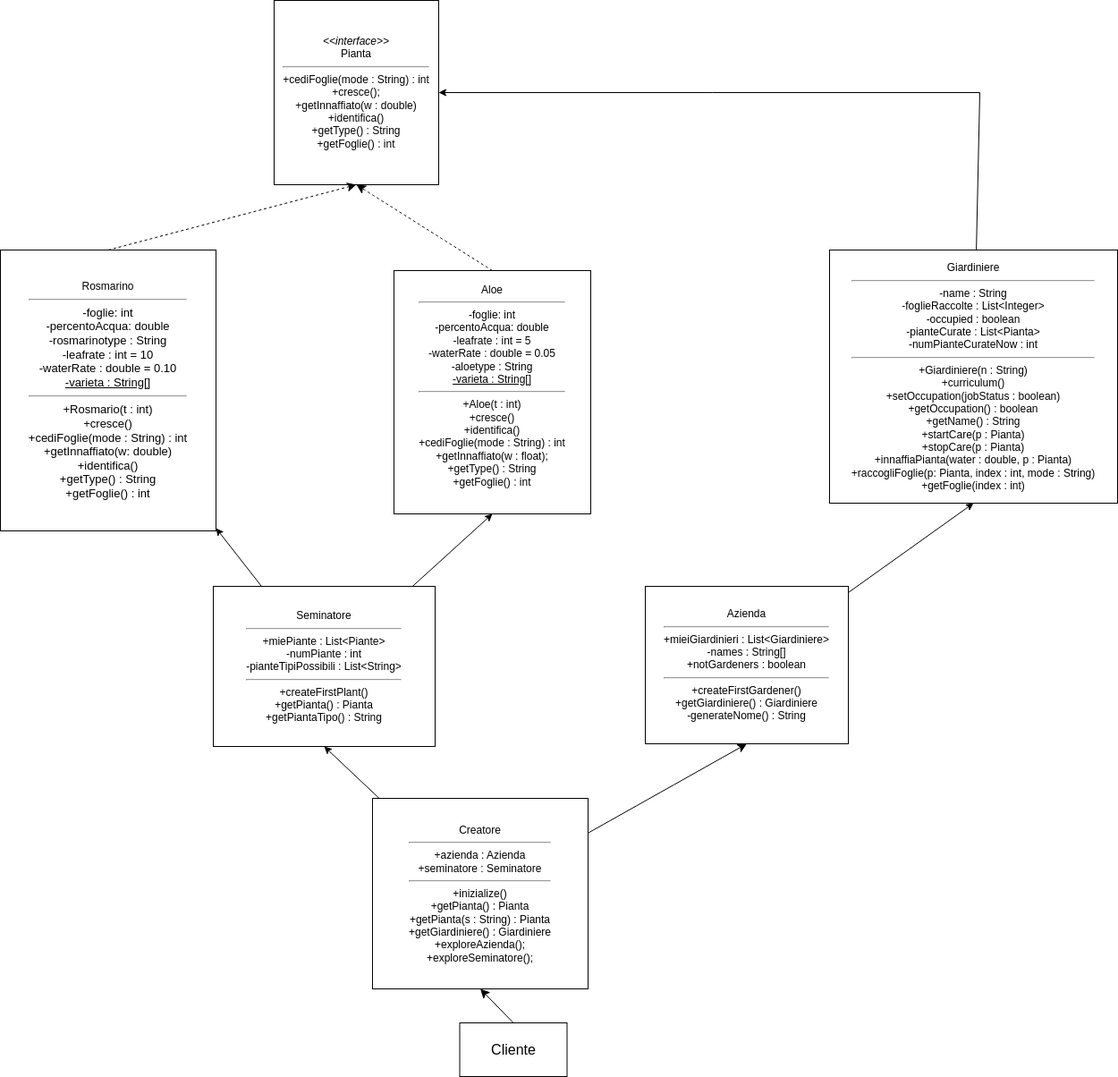
belligerentcrow/newProj keeps this draw.io diagram as ProjectGarden/plantScheme.drawio.png. Above is the earlier version. Source tidied: cells renumbered, new cells last; positions are measured from the earlier drawing's top-left corner, leaving out a move shared by most shapes.
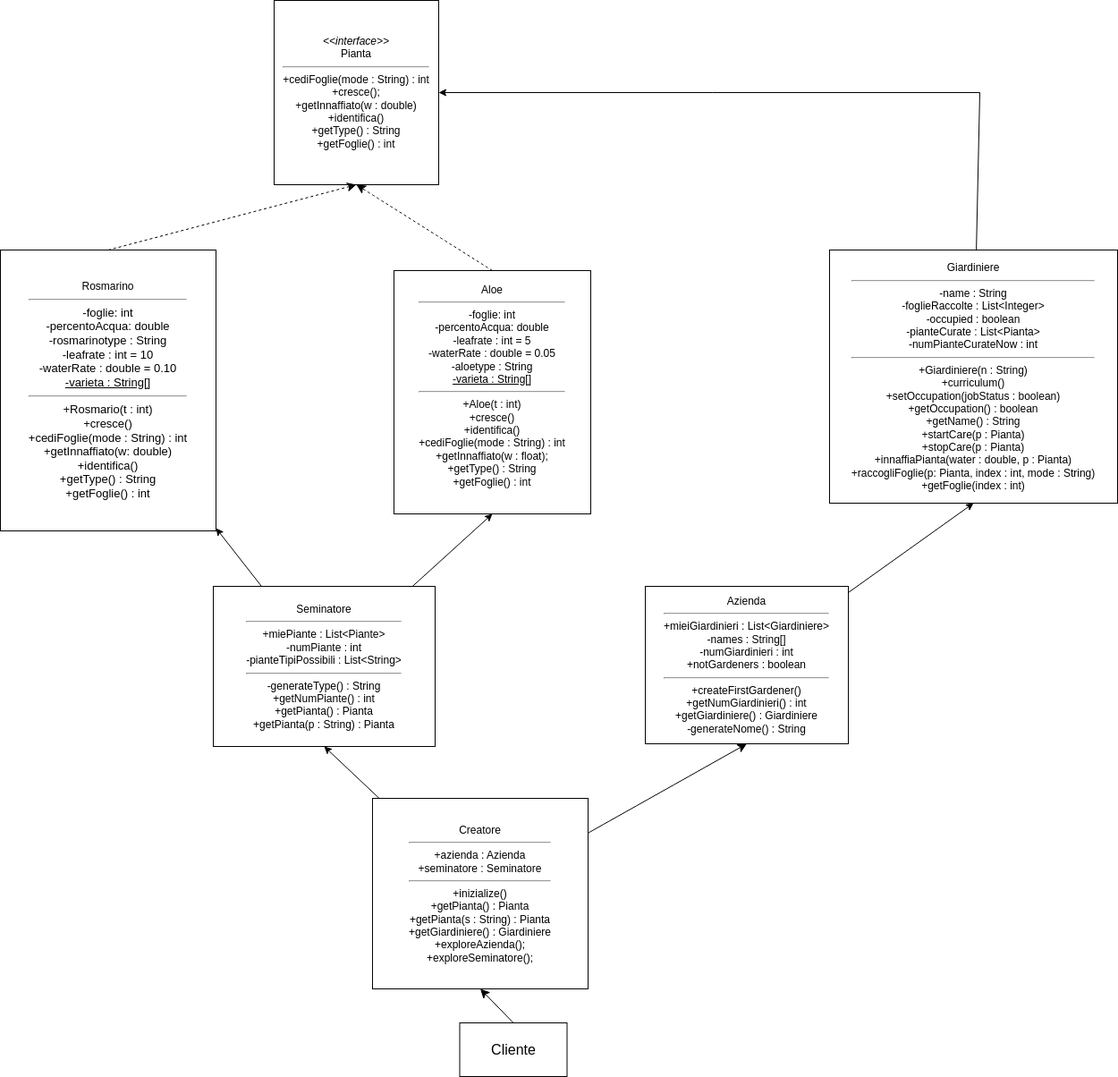
Above is the later version.

Commit message:
added getter + fixed UML

The edit, as a diff of the source:
```diff
@@ -35,7 +35,7 @@
     <mxCell id="12" style="edgeStyle=none;html=1;entryX=0.5;entryY=1;entryDx=0;entryDy=0;" parent="1" edge="1" source="13" target="15">
       <mxGeometry relative="1" as="geometry" />
     </mxCell>
-    <mxCell id="13" value="&lt;div&gt;&lt;/div&gt;&lt;div&gt;Azienda&lt;/div&gt;&lt;div&gt;&lt;hr&gt;+mieiGiardinieri : List&amp;lt;Giardiniere&amp;gt;&lt;/div&gt;&lt;div&gt;-names : String[]&lt;/div&gt;&lt;div&gt;+notGardeners : boolean&lt;/div&gt;&lt;div&gt;&lt;hr&gt;+createFirstGardener()&lt;/div&gt;&lt;div&gt;+getGiardiniere() : Giardiniere&lt;/div&gt;&lt;div&gt;-generateNome() : String&lt;/div&gt;" style="rounded=0;whiteSpace=wrap;html=1;" parent="1" vertex="1">
+    <mxCell id="13" value="&lt;div&gt;&lt;/div&gt;&lt;div&gt;Azienda&lt;/div&gt;&lt;div&gt;&lt;hr&gt;+mieiGiardinieri : List&amp;lt;Giardiniere&amp;gt;&lt;/div&gt;&lt;div&gt;-names : String[]&lt;/div&gt;&lt;div&gt;-numGiardinieri : int&lt;/div&gt;&lt;div&gt;+notGardeners : boolean&lt;/div&gt;&lt;div&gt;&lt;hr&gt;+createFirstGardener()&lt;/div&gt;&lt;div&gt;+getNumGiardinieri() : int&lt;/div&gt;&lt;div&gt;+getGiardiniere() : Giardiniere&lt;/div&gt;&lt;div&gt;-generateNome() : String&lt;/div&gt;" style="rounded=0;whiteSpace=wrap;html=1;" parent="1" vertex="1">
       <mxGeometry x="721" y="655" width="227" height="176" as="geometry" />
     </mxCell>
     <mxCell id="14" style="edgeStyle=none;rounded=0;html=1;entryX=1;entryY=0.5;entryDx=0;entryDy=0;" parent="1" edge="1" source="15" target="2">
@@ -54,7 +54,7 @@
     <mxCell id="17" style="edgeStyle=none;rounded=0;html=1;entryX=0.5;entryY=1;entryDx=0;entryDy=0;" parent="1" edge="1" source="18" target="8">
       <mxGeometry relative="1" as="geometry" />
     </mxCell>
-    <mxCell id="18" value="Seminatore&lt;br&gt;&lt;hr&gt;+miePiante : List&amp;lt;Piante&amp;gt;&lt;br&gt;-numPiante : int&lt;br&gt;-pianteTipiPossibili : List&amp;lt;String&amp;gt;&lt;br&gt;&lt;hr&gt;+createFirstPlant()&lt;br&gt;+getPianta() : Pianta&lt;br&gt;+getPiantaTipo() : String" style="rounded=0;whiteSpace=wrap;html=1;" parent="1" vertex="1">
+    <mxCell id="18" value="Seminatore&lt;br&gt;&lt;hr&gt;+miePiante : List&amp;lt;Piante&amp;gt;&lt;br&gt;-numPiante : int&lt;br&gt;-pianteTipiPossibili : List&amp;lt;String&amp;gt;&lt;br&gt;&lt;hr&gt;-generateType() : String&lt;br&gt;+getNumPiante() : int&lt;br&gt;+getPianta() : Pianta&lt;br&gt;+getPianta(p : String) : Pianta" style="rounded=0;whiteSpace=wrap;html=1;" parent="1" vertex="1">
       <mxGeometry x="238" y="655" width="248" height="179" as="geometry" />
     </mxCell>
   </root>
```
